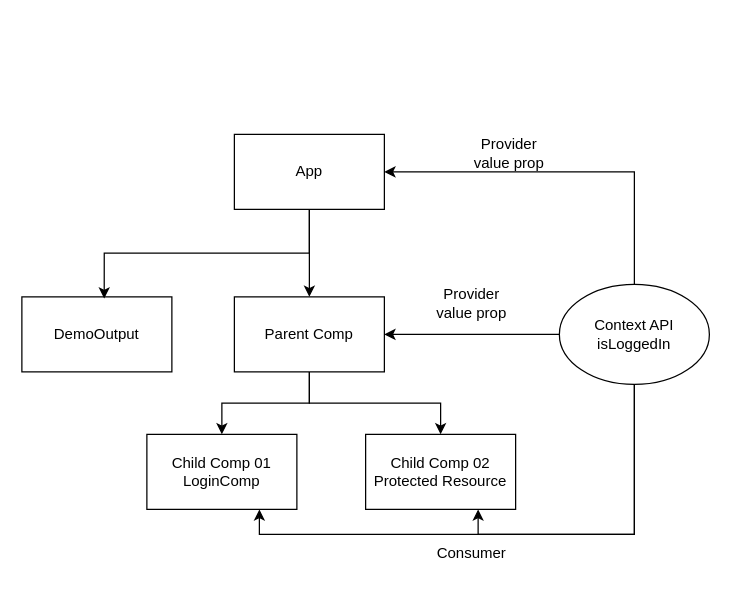
synergy2411/dec-25-react keeps this draw.io diagram as page "Page-3" (3 of 7) of references/react.drawio. Above is the earlier version. Source tidied: cells renumbered, new cells numbered last; positions are measured from the earlier drawing's top-left corner, leaving out a move shared by most shapes. Both pictures are drawn from the tidied source at 125%, with x=0, y=0 at pixel (21, 134).
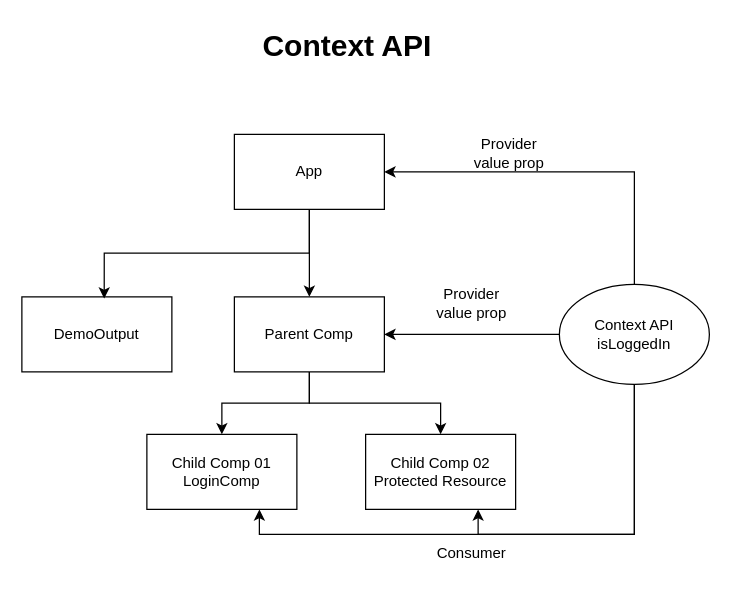
After the change.

Diff of the diagram source:
```diff
@@
 <mxGraphModel>
   <root>
     <mxCell id="0" />
     <mxCell id="1" parent="0" />
     <mxCell id="2" style="edgeStyle=orthogonalEdgeStyle;rounded=0;jettySize=auto;html=1;" parent="1" edge="1" source="4" target="5">
       <mxGeometry relative="1" as="geometry" />
     </mxCell>
     <mxCell id="3" style="edgeStyle=orthogonalEdgeStyle;rounded=0;jettySize=auto;html=1;exitX=0.5;exitY=1;exitDx=0;exitDy=0;entryX=0.5;entryY=0;entryDx=0;entryDy=0;" parent="1" edge="1" source="4" target="6">
       <mxGeometry relative="1" as="geometry" />
     </mxCell>
     <mxCell id="4" value="Parent Comp" style="rounded=0;whiteSpace=wrap;html=1;" parent="1" vertex="1">
       <mxGeometry x="170" y="130" width="120" height="60" as="geometry" />
     </mxCell>
     <mxCell id="5" value="Child Comp 01&lt;div&gt;LoginComp&lt;/div&gt;" style="rounded=0;whiteSpace=wrap;html=1;" parent="1" vertex="1">
       <mxGeometry x="100" y="240" width="120" height="60" as="geometry" />
     </mxCell>
     <mxCell id="6" value="Child Comp 02&lt;div&gt;Protected Resource&lt;/div&gt;" style="rounded=0;whiteSpace=wrap;html=1;" parent="1" vertex="1">
       <mxGeometry x="275" y="240" width="120" height="60" as="geometry" />
     </mxCell>
     <mxCell id="7" style="edgeStyle=orthogonalEdgeStyle;rounded=0;jettySize=auto;html=1;exitX=0.5;exitY=1;exitDx=0;exitDy=0;entryX=0.75;entryY=1;entryDx=0;entryDy=0;" parent="1" edge="1" source="11" target="5">
       <mxGeometry relative="1" as="geometry" />
     </mxCell>
     <mxCell id="8" style="edgeStyle=orthogonalEdgeStyle;rounded=0;jettySize=auto;html=1;exitX=0.5;exitY=1;exitDx=0;exitDy=0;entryX=0.75;entryY=1;entryDx=0;entryDy=0;" parent="1" edge="1" source="11" target="6">
       <mxGeometry relative="1" as="geometry" />
     </mxCell>
     <mxCell id="9" style="edgeStyle=orthogonalEdgeStyle;rounded=0;jettySize=auto;html=1;exitX=0;exitY=0.5;exitDx=0;exitDy=0;entryX=1;entryY=0.5;entryDx=0;entryDy=0;" parent="1" edge="1" source="11" target="4">
       <mxGeometry relative="1" as="geometry" />
     </mxCell>
     <mxCell id="10" style="edgeStyle=orthogonalEdgeStyle;rounded=0;jettySize=auto;html=1;exitX=0.5;exitY=0;exitDx=0;exitDy=0;entryX=1;entryY=0.5;entryDx=0;entryDy=0;" parent="1" edge="1" source="11" target="16">
       <mxGeometry relative="1" as="geometry" />
     </mxCell>
     <mxCell id="11" value="Context API&lt;div&gt;isLoggedIn&lt;/div&gt;" style="ellipse;whiteSpace=wrap;html=1;" parent="1" vertex="1">
       <mxGeometry x="430" y="120" width="120" height="80" as="geometry" />
     </mxCell>
     <mxCell id="12" value="Consumer" style="text;html=1;whiteSpace=wrap;strokeColor=none;fillColor=none;align=center;verticalAlign=middle;rounded=0;" parent="1" vertex="1">
       <mxGeometry x="330" y="320" width="60" height="30" as="geometry" />
     </mxCell>
     <mxCell id="13" value="DemoOutput" style="rounded=0;whiteSpace=wrap;html=1;" parent="1" vertex="1">
       <mxGeometry y="130" width="120" height="60" as="geometry" />
     </mxCell>
     <mxCell id="14" value="Provider&lt;div&gt;value prop&lt;/div&gt;" style="text;html=1;whiteSpace=wrap;strokeColor=none;fillColor=none;align=center;verticalAlign=middle;rounded=0;" parent="1" vertex="1">
       <mxGeometry x="330" y="120" width="60" height="30" as="geometry" />
     </mxCell>
     <mxCell id="15" style="edgeStyle=orthogonalEdgeStyle;rounded=0;jettySize=auto;html=1;exitX=0.5;exitY=1;exitDx=0;exitDy=0;entryX=0.5;entryY=0;entryDx=0;entryDy=0;" parent="1" edge="1" source="16" target="4">
       <mxGeometry relative="1" as="geometry" />
     </mxCell>
     <mxCell id="16" value="App" style="rounded=0;whiteSpace=wrap;html=1;" parent="1" vertex="1">
       <mxGeometry x="170" width="120" height="60" as="geometry" />
     </mxCell>
     <mxCell id="17" style="edgeStyle=orthogonalEdgeStyle;rounded=0;jettySize=auto;html=1;exitX=0.5;exitY=1;exitDx=0;exitDy=0;entryX=0.549;entryY=0.022;entryDx=0;entryDy=0;entryPerimeter=0;" parent="1" edge="1" source="16" target="13">
       <mxGeometry relative="1" as="geometry" />
     </mxCell>
     <mxCell id="18" value="Provider value prop" style="text;html=1;whiteSpace=wrap;strokeColor=none;fillColor=none;align=center;verticalAlign=middle;rounded=0;" parent="1" vertex="1">
       <mxGeometry x="360" width="60" height="30" as="geometry" />
     </mxCell>
+    <mxCell id="19" value="Context API" style="text;strokeColor=none;fillColor=none;html=1;fontSize=24;fontStyle=1;verticalAlign=middle;align=center;" parent="1" vertex="1">
+      <mxGeometry x="210" y="-90" width="100" height="40" as="geometry" />
+    </mxCell>
   </root>
 </mxGraphModel>
```
